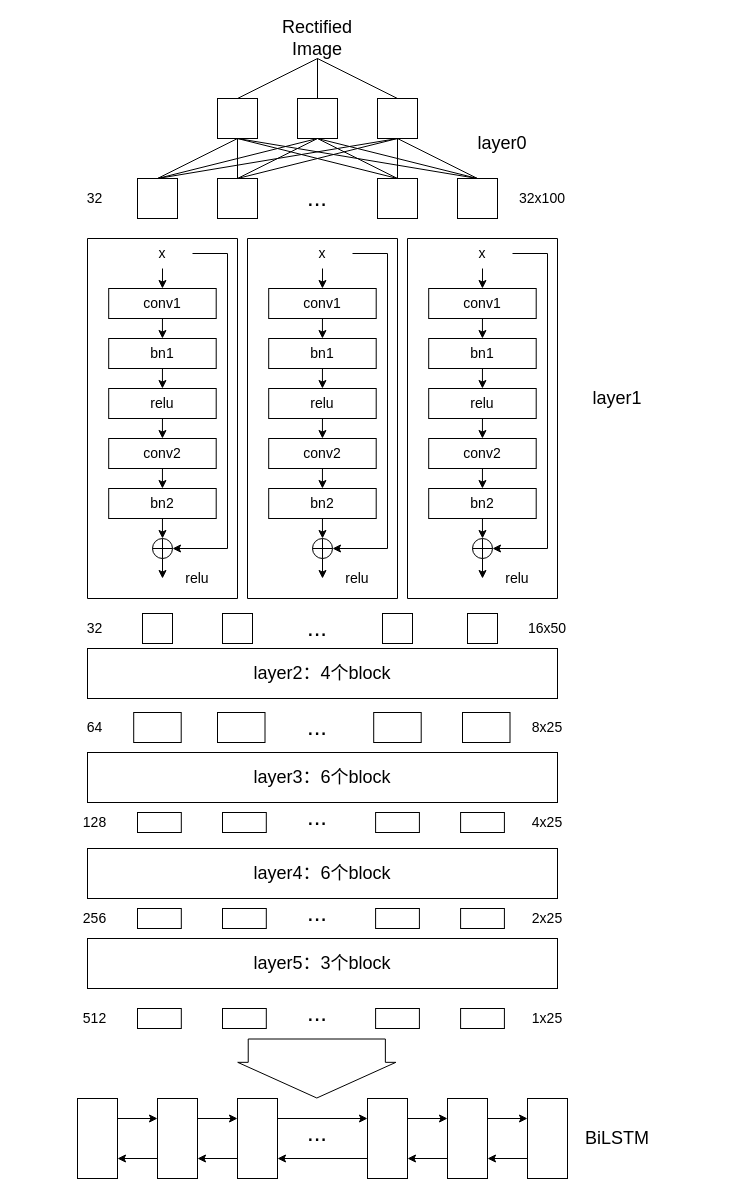
This is thesis_resnet.drawio from Dong-J93/_pictures, a draw.io file, before an edit. Source tidied: cells renumbered, new cells numbered last; positions are measured from the earlier drawing's top-left corner, leaving out a move shared by most shapes. Both pictures are drawn from the tidied source at 100%, with x=0, y=0 at pixel (52, 18).
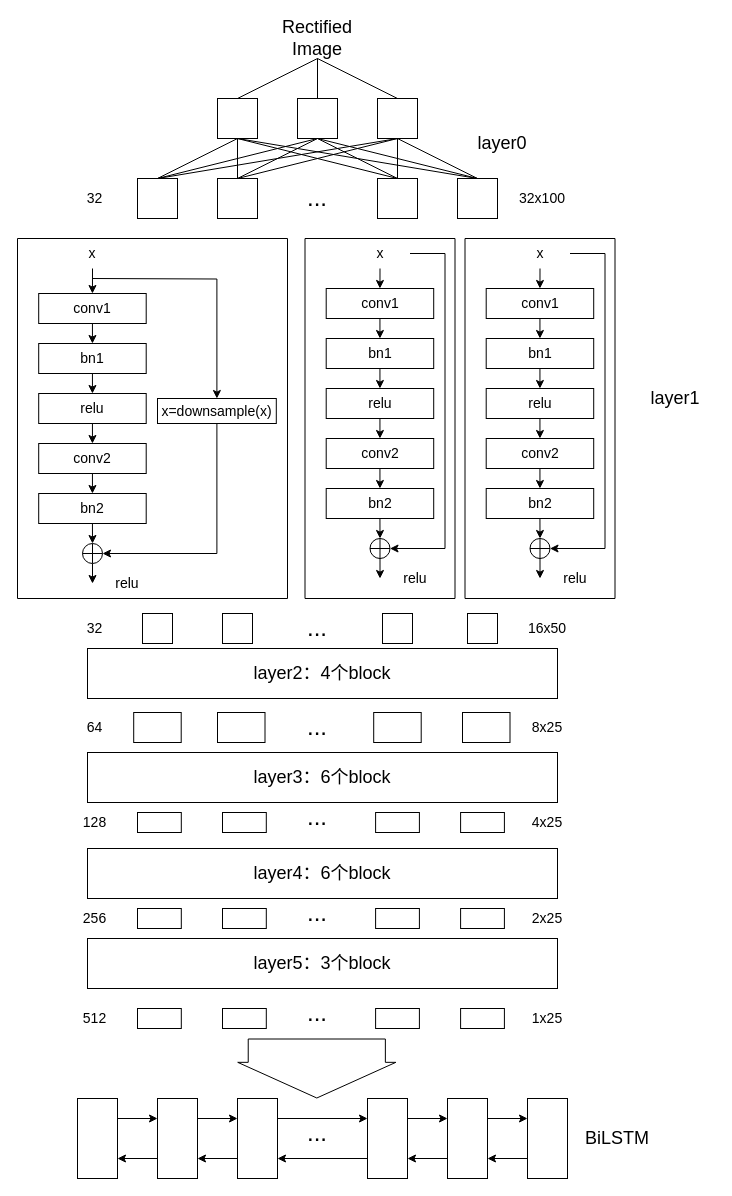
The same diagram, later.

The change refers to these unchanged cells:
```xml
<mxCell id="77" style="ellipse;whiteSpace=wrap;html=1;" parent="65" vertex="1">
  <mxGeometry x="65" y="300" width="20" height="20" as="geometry" />
</mxCell>
<mxCell id="97" style="ellipse;whiteSpace=wrap;html=1;" parent="85" vertex="1">
  <mxGeometry x="65" y="300" width="20" height="20" as="geometry" />
</mxCell>
```

Change to the diagram source:
```diff
@@
-    <mxCell id="7" style="swimlane;startSize=0;" parent="1" vertex="1">
-      <mxGeometry x="35" y="220" width="150" height="360" as="geometry" />
-    </mxCell>
-    <mxCell id="8" style="edgeStyle=orthogonalEdgeStyle;rounded=0;jettySize=auto;html=1;exitX=0.5;exitY=1;exitDx=0;exitDy=0;entryX=0.5;entryY=0;entryDx=0;entryDy=0;" parent="7" edge="1" source="9" target="11">
-      <mxGeometry relative="1" as="geometry" />
-    </mxCell>
-    <mxCell id="9" value="&lt;font style=&quot;font-size: 14px;&quot;&gt;conv1&lt;/font&gt;" style="rounded=0;whiteSpace=wrap;html=1;" parent="7" vertex="1">
-      <mxGeometry x="21.2" y="50" width="107.5" height="30" as="geometry" />
-    </mxCell>
-    <mxCell id="10" style="edgeStyle=orthogonalEdgeStyle;rounded=0;jettySize=auto;html=1;exitX=0.5;exitY=1;exitDx=0;exitDy=0;entryX=0.5;entryY=0;entryDx=0;entryDy=0;" parent="7" edge="1" source="11" target="13">
-      <mxGeometry relative="1" as="geometry" />
-    </mxCell>
-    <mxCell id="11" value="&lt;span style=&quot;font-size: 14px;&quot;&gt;bn1&lt;/span&gt;" style="rounded=0;whiteSpace=wrap;html=1;" parent="7" vertex="1">
-      <mxGeometry x="21.2" y="100" width="107.5" height="30" as="geometry" />
-    </mxCell>
-    <mxCell id="12" style="edgeStyle=orthogonalEdgeStyle;rounded=0;jettySize=auto;html=1;exitX=0.5;exitY=1;exitDx=0;exitDy=0;entryX=0.5;entryY=0;entryDx=0;entryDy=0;" parent="7" edge="1" source="13" target="15">
-      <mxGeometry relative="1" as="geometry" />
-    </mxCell>
-    <mxCell id="13" value="&lt;span style=&quot;font-size: 14px;&quot;&gt;relu&lt;/span&gt;" style="rounded=0;whiteSpace=wrap;html=1;" parent="7" vertex="1">
-      <mxGeometry x="21.2" y="150" width="107.5" height="30" as="geometry" />
-    </mxCell>
-    <mxCell id="14" style="edgeStyle=orthogonalEdgeStyle;rounded=0;jettySize=auto;html=1;exitX=0.5;exitY=1;exitDx=0;exitDy=0;entryX=0.5;entryY=0;entryDx=0;entryDy=0;" parent="7" edge="1" source="15" target="17">
-      <mxGeometry relative="1" as="geometry" />
-    </mxCell>
-    <mxCell id="15" value="&lt;span style=&quot;font-size: 14px;&quot;&gt;conv2&lt;/span&gt;" style="rounded=0;whiteSpace=wrap;html=1;" parent="7" vertex="1">
-      <mxGeometry x="21.2" y="200" width="107.5" height="30" as="geometry" />
-    </mxCell>
-    <mxCell id="16" style="edgeStyle=orthogonalEdgeStyle;rounded=0;jettySize=auto;html=1;exitX=0.5;exitY=1;exitDx=0;exitDy=0;" parent="7" edge="1" source="17">
-      <mxGeometry relative="1" as="geometry">
-        <mxPoint x="75" y="300" as="targetPoint" />
-      </mxGeometry>
-    </mxCell>
-    <mxCell id="17" value="&lt;span style=&quot;font-size: 14px;&quot;&gt;bn2&lt;/span&gt;" style="rounded=0;whiteSpace=wrap;html=1;" parent="7" vertex="1">
-      <mxGeometry x="21.2" y="250" width="107.5" height="30" as="geometry" />
-    </mxCell>
-    <mxCell id="18" style="edgeStyle=orthogonalEdgeStyle;rounded=0;jettySize=auto;html=1;exitX=0.5;exitY=1;exitDx=0;exitDy=0;" parent="7" edge="1" source="19">
-      <mxGeometry relative="1" as="geometry">
-        <mxPoint x="74.8" y="320.1" as="targetPoint" />
-      </mxGeometry>
-    </mxCell>
-    <mxCell id="19" style="ellipse;whiteSpace=wrap;html=1;" parent="7" vertex="1">
-      <mxGeometry x="65" y="300" width="20" height="20" as="geometry" />
-    </mxCell>
-    <mxCell id="20" style="endArrow=none;html=1;rounded=0;entryX=1;entryY=0.5;entryDx=0;entryDy=0;exitX=0;exitY=0.5;exitDx=0;exitDy=0;" parent="7" edge="1" source="19" target="19">
-      <mxGeometry relative="1" as="geometry" />
-    </mxCell>
-    <mxCell id="21" style="endArrow=none;html=1;rounded=0;entryX=0.5;entryY=1;entryDx=0;entryDy=0;exitX=0.5;exitY=0;exitDx=0;exitDy=0;" parent="7" edge="1" source="19" target="19">
-      <mxGeometry relative="1" as="geometry" />
-    </mxCell>
-    <mxCell id="22" style="edgeStyle=orthogonalEdgeStyle;rounded=0;jettySize=auto;html=1;exitX=0.5;exitY=1;exitDx=0;exitDy=0;entryX=0.5;entryY=0;entryDx=0;entryDy=0;" parent="7" edge="1" source="24" target="9">
-      <mxGeometry relative="1" as="geometry" />
-    </mxCell>
-    <mxCell id="23" style="edgeStyle=orthogonalEdgeStyle;rounded=0;jettySize=auto;html=1;exitX=1;exitY=0.5;exitDx=0;exitDy=0;entryX=1;entryY=0.5;entryDx=0;entryDy=0;" parent="7" edge="1" source="24" target="19">
-      <mxGeometry relative="1" as="geometry">
-        <Array as="points">
-          <mxPoint x="140" y="15" />
-          <mxPoint x="140" y="310" />
-        </Array>
-      </mxGeometry>
-    </mxCell>
-    <mxCell id="24" value="&lt;font style=&quot;font-size: 14px;&quot;&gt;x&lt;/font&gt;" style="text;html=1;strokeColor=none;fillColor=none;align=center;verticalAlign=middle;whiteSpace=wrap;rounded=0;" parent="7" vertex="1">
-      <mxGeometry x="45" width="60" height="30" as="geometry" />
-    </mxCell>
-    <mxCell id="25" value="&lt;font style=&quot;font-size: 14px;&quot;&gt;relu&lt;/font&gt;" style="text;html=1;strokeColor=none;fillColor=none;align=center;verticalAlign=middle;whiteSpace=wrap;rounded=0;" parent="7" vertex="1">
-      <mxGeometry x="80" y="325" width="60" height="30" as="geometry" />
-    </mxCell>
     <mxCell id="26" value="&lt;span style=&quot;font-size: 18px;&quot;&gt;layer1&lt;/span&gt;" style="text;html=1;strokeColor=none;fillColor=none;align=center;verticalAlign=middle;whiteSpace=wrap;rounded=0;" parent="1" vertex="1">
-      <mxGeometry x="525" y="360" width="80" height="40" as="geometry" />
+      <mxGeometry x="582.5" y="360" width="80" height="40" as="geometry" />
     </mxCell>
-    <mxCell id="27" style="edgeStyle=orthogonalEdgeStyle;rounded=0;jettySize=auto;html=1;" parent="1" edge="1" source="19">
-      <mxGeometry relative="1" as="geometry">
-        <mxPoint x="110" y="560" as="targetPoint" />
-      </mxGeometry>
-    </mxCell>
@@
     <mxCell id="65" style="swimlane;startSize=0;" parent="1" vertex="1">
-      <mxGeometry x="195" y="220" width="150" height="360" as="geometry" />
+      <mxGeometry x="252.5" y="220" width="150" height="360" as="geometry" />
     </mxCell>
@@
     <mxCell id="84" style="edgeStyle=orthogonalEdgeStyle;rounded=0;jettySize=auto;html=1;" parent="1" edge="1" source="77">
       <mxGeometry relative="1" as="geometry">
-        <mxPoint x="270" y="560" as="targetPoint" />
+        <mxPoint x="327.5" y="560" as="targetPoint" />
       </mxGeometry>
     </mxCell>
     <mxCell id="85" style="swimlane;startSize=0;" parent="1" vertex="1">
-      <mxGeometry x="355" y="220" width="150" height="360" as="geometry" />
+      <mxGeometry x="412.5" y="220" width="150" height="360" as="geometry" />
     </mxCell>
@@
     <mxCell id="104" style="edgeStyle=orthogonalEdgeStyle;rounded=0;jettySize=auto;html=1;" parent="1" edge="1" source="97">
       <mxGeometry relative="1" as="geometry">
-        <mxPoint x="430" y="560" as="targetPoint" />
+        <mxPoint x="487.5" y="560" as="targetPoint" />
       </mxGeometry>
     </mxCell>
@@
+    <mxCell id="148" style="swimlane;startSize=0;" parent="1" vertex="1">
+      <mxGeometry x="-35" y="220" width="270" height="360" as="geometry" />
+    </mxCell>
+    <mxCell id="8" style="edgeStyle=orthogonalEdgeStyle;rounded=0;jettySize=auto;html=1;exitX=0.5;exitY=1;exitDx=0;exitDy=0;entryX=0.5;entryY=0;entryDx=0;entryDy=0;" parent="148" edge="1" source="9" target="11">
+      <mxGeometry relative="1" as="geometry" />
+    </mxCell>
+    <mxCell id="149" style="edgeStyle=orthogonalEdgeStyle;rounded=0;jettySize=auto;html=1;entryX=0.5;entryY=0;entryDx=0;entryDy=0;" parent="148" edge="1" target="157">
+      <mxGeometry relative="1" as="geometry">
+        <mxPoint x="75" y="40" as="sourcePoint" />
+      </mxGeometry>
+    </mxCell>
+    <mxCell id="9" value="&lt;font style=&quot;font-size: 14px;&quot;&gt;conv1&lt;/font&gt;" style="rounded=0;whiteSpace=wrap;html=1;" parent="148" vertex="1">
+      <mxGeometry x="21.2" y="55" width="107.5" height="30" as="geometry" />
+    </mxCell>
+    <mxCell id="10" style="edgeStyle=orthogonalEdgeStyle;rounded=0;jettySize=auto;html=1;exitX=0.5;exitY=1;exitDx=0;exitDy=0;entryX=0.5;entryY=0;entryDx=0;entryDy=0;" parent="148" edge="1" source="11" target="13">
+      <mxGeometry relative="1" as="geometry" />
+    </mxCell>
+    <mxCell id="11" value="&lt;span style=&quot;font-size: 14px;&quot;&gt;bn1&lt;/span&gt;" style="rounded=0;whiteSpace=wrap;html=1;" parent="148" vertex="1">
+      <mxGeometry x="21.2" y="105" width="107.5" height="30" as="geometry" />
+    </mxCell>
+    <mxCell id="12" style="edgeStyle=orthogonalEdgeStyle;rounded=0;jettySize=auto;html=1;exitX=0.5;exitY=1;exitDx=0;exitDy=0;entryX=0.5;entryY=0;entryDx=0;entryDy=0;" parent="148" edge="1" source="13" target="15">
+      <mxGeometry relative="1" as="geometry" />
+    </mxCell>
+    <mxCell id="13" value="&lt;span style=&quot;font-size: 14px;&quot;&gt;relu&lt;/span&gt;" style="rounded=0;whiteSpace=wrap;html=1;" parent="148" vertex="1">
+      <mxGeometry x="21.2" y="155" width="107.5" height="30" as="geometry" />
+    </mxCell>
+    <mxCell id="14" style="edgeStyle=orthogonalEdgeStyle;rounded=0;jettySize=auto;html=1;exitX=0.5;exitY=1;exitDx=0;exitDy=0;entryX=0.5;entryY=0;entryDx=0;entryDy=0;" parent="148" edge="1" source="15" target="17">
+      <mxGeometry relative="1" as="geometry" />
+    </mxCell>
+    <mxCell id="15" value="&lt;span style=&quot;font-size: 14px;&quot;&gt;conv2&lt;/span&gt;" style="rounded=0;whiteSpace=wrap;html=1;" parent="148" vertex="1">
+      <mxGeometry x="21.2" y="205" width="107.5" height="30" as="geometry" />
+    </mxCell>
+    <mxCell id="150" style="edgeStyle=orthogonalEdgeStyle;rounded=0;jettySize=auto;html=1;exitX=0.5;exitY=1;exitDx=0;exitDy=0;" parent="148" edge="1" source="17">
+      <mxGeometry relative="1" as="geometry">
+        <mxPoint x="75" y="305" as="targetPoint" />
+      </mxGeometry>
+    </mxCell>
+    <mxCell id="17" value="&lt;span style=&quot;font-size: 14px;&quot;&gt;bn2&lt;/span&gt;" style="rounded=0;whiteSpace=wrap;html=1;" parent="148" vertex="1">
+      <mxGeometry x="21.2" y="255" width="107.5" height="30" as="geometry" />
+    </mxCell>
+    <mxCell id="151" style="edgeStyle=orthogonalEdgeStyle;rounded=0;jettySize=auto;html=1;exitX=0.5;exitY=1;exitDx=0;exitDy=0;" parent="148" edge="1" source="153">
+      <mxGeometry relative="1" as="geometry">
+        <mxPoint x="74.8" y="325.1" as="targetPoint" />
+      </mxGeometry>
+    </mxCell>
+    <mxCell id="152" style="edgeStyle=orthogonalEdgeStyle;rounded=0;jettySize=auto;html=1;exitX=0.5;exitY=1;exitDx=0;exitDy=0;" parent="148" edge="1" source="153">
+      <mxGeometry relative="1" as="geometry">
+        <mxPoint x="75" y="345" as="targetPoint" />
+      </mxGeometry>
+    </mxCell>
+    <mxCell id="153" style="ellipse;whiteSpace=wrap;html=1;" parent="148" vertex="1">
+      <mxGeometry x="65" y="305" width="20" height="20" as="geometry" />
+    </mxCell>
+    <mxCell id="154" style="endArrow=none;html=1;rounded=0;entryX=1;entryY=0.5;entryDx=0;entryDy=0;exitX=0;exitY=0.5;exitDx=0;exitDy=0;" parent="148" edge="1" source="153" target="153">
+      <mxGeometry relative="1" as="geometry" />
+    </mxCell>
+    <mxCell id="155" style="endArrow=none;html=1;rounded=0;entryX=0.5;entryY=1;entryDx=0;entryDy=0;exitX=0.5;exitY=0;exitDx=0;exitDy=0;" parent="148" edge="1" source="153" target="153">
+      <mxGeometry relative="1" as="geometry" />
+    </mxCell>
+    <mxCell id="22" style="edgeStyle=orthogonalEdgeStyle;rounded=0;jettySize=auto;html=1;exitX=0.5;exitY=1;exitDx=0;exitDy=0;entryX=0.5;entryY=0;entryDx=0;entryDy=0;" parent="148" edge="1" source="24" target="9">
+      <mxGeometry relative="1" as="geometry" />
+    </mxCell>
+    <mxCell id="24" value="&lt;font style=&quot;font-size: 14px;&quot;&gt;x&lt;/font&gt;" style="text;html=1;strokeColor=none;fillColor=none;align=center;verticalAlign=middle;whiteSpace=wrap;rounded=0;" parent="148" vertex="1">
+      <mxGeometry x="45" width="60" height="30" as="geometry" />
+    </mxCell>
+    <mxCell id="25" value="&lt;font style=&quot;font-size: 14px;&quot;&gt;relu&lt;/font&gt;" style="text;html=1;strokeColor=none;fillColor=none;align=center;verticalAlign=middle;whiteSpace=wrap;rounded=0;" parent="148" vertex="1">
+      <mxGeometry x="80" y="330" width="60" height="30" as="geometry" />
+    </mxCell>
+    <mxCell id="156" style="edgeStyle=orthogonalEdgeStyle;rounded=0;jettySize=auto;html=1;exitX=0.5;exitY=1;exitDx=0;exitDy=0;entryX=1;entryY=0.5;entryDx=0;entryDy=0;" parent="148" edge="1" source="157" target="153">
+      <mxGeometry relative="1" as="geometry" />
+    </mxCell>
+    <mxCell id="157" value="&lt;span style=&quot;font-size: 14px;&quot;&gt;x=downsample(x)&lt;/span&gt;" style="rounded=0;whiteSpace=wrap;html=1;" parent="148" vertex="1">
+      <mxGeometry x="140" y="160" width="118.8" height="25" as="geometry" />
+    </mxCell>
```
